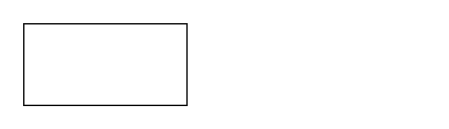
Above: Untitled Diagram.drawio in badLlama121/f1Lambda (draw.io), before the change. Source tidied: cells renumbered, new cells numbered last; positions are measured from the earlier drawing's top-left corner, leaving out a move shared by most shapes. Both pictures are drawn from the tidied source at 136%, with x=0, y=0 at pixel (23, 23).
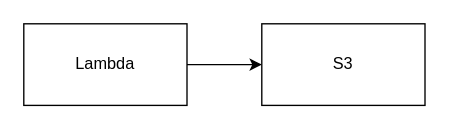
Above is the later version.

The edit, as a diff of the source:
```diff
@@
 <mxGraphModel>
   <root>
     <mxCell id="0" />
     <mxCell id="1" parent="0" />
+    <mxCell id="3" style="edgeStyle=orthogonalEdgeStyle;rounded=0;jettySize=auto;html=1;entryX=0;entryY=0.5;entryDx=0;entryDy=0;" parent="1" edge="1" source="2" target="4">
+      <mxGeometry relative="1" as="geometry" />
+    </mxCell>
-    <mxCell id="2" style="rounded=0;whiteSpace=wrap;html=1;" parent="1" vertex="1">
+    <mxCell id="2" value="Lambda" style="rounded=0;whiteSpace=wrap;html=1;" parent="1" vertex="1">
       <mxGeometry width="120" height="60" as="geometry" />
     </mxCell>
+    <mxCell id="4" value="S3" style="rounded=0;whiteSpace=wrap;html=1;" parent="1" vertex="1">
+      <mxGeometry x="175" width="120" height="60" as="geometry" />
+    </mxCell>
   </root>
 </mxGraphModel>
```
